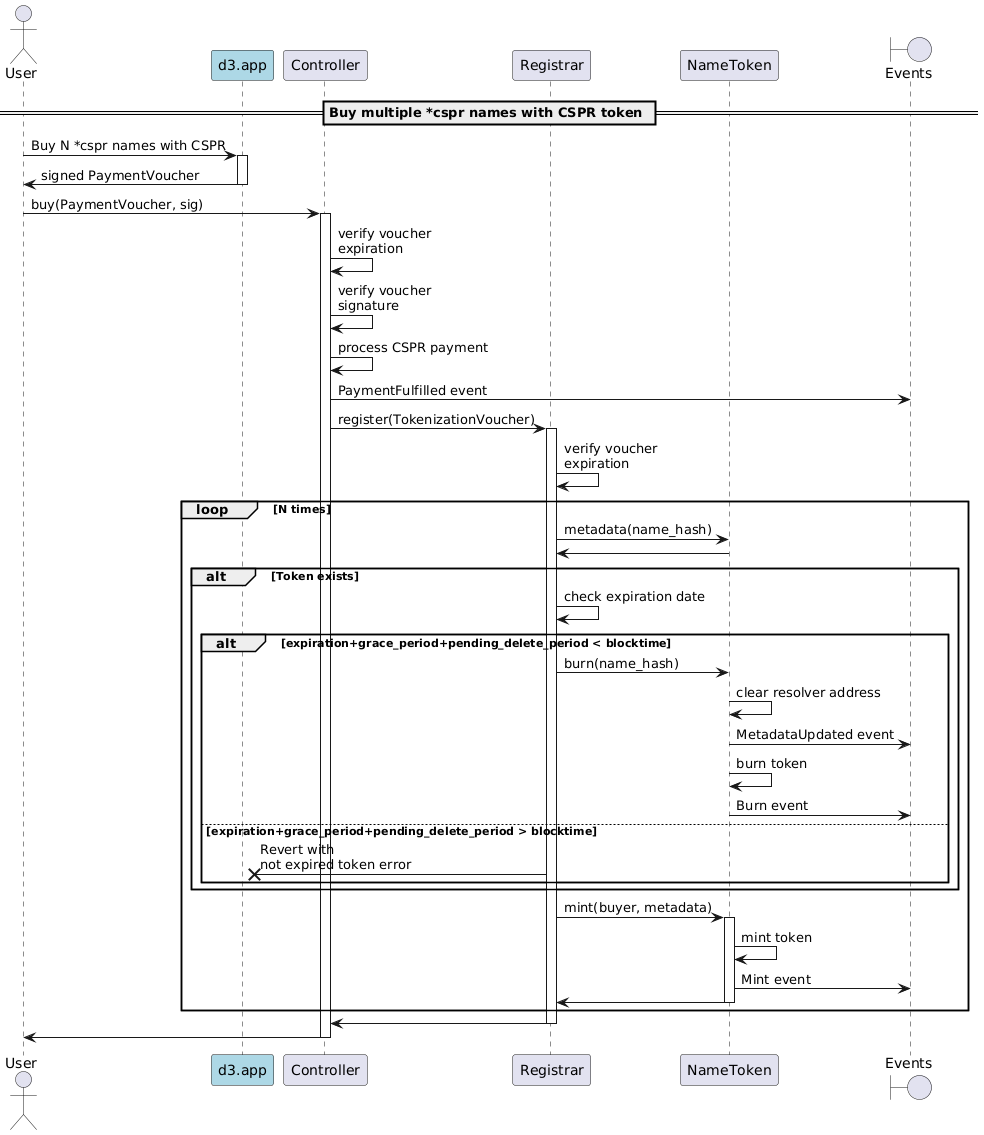
make-software/cspr-name-contracts keeps this PlantUML diagram as docs/sequence-diagrams/puml/onchain-multiple-purchase.png. Above is the earlier version. The source it was exported from:
```plantuml
@startuml

actor User
participant "d3.app" as d3 #lightblue
participant "Controller"
participant "Registrar"
participant "NameToken"
boundary "Events"

== Buy multiple *cspr names with CSPR token ==

User -> d3: Buy N *cspr names with CSPR
activate d3
d3 -> User: signed PaymentVoucher
deactivate d3

User -> Controller: buy(PaymentVoucher, sig)
activate Controller
Controller -> Controller: verify voucher\nexpiration
Controller -> Controller: verify voucher\nsignature
Controller -> Controller: process CSPR payment
Controller -> "Events": PaymentFulfilled event
Controller -> Registrar: register(TokenizationVoucher)
activate Registrar
Registrar -> Registrar: verify voucher\nexpiration
    loop N times
        Registrar -> NameToken: metadata(name_hash)
        NameToken -> Registrar
        alt Token exists
            Registrar -> Registrar: check expiration date
            alt expiration+grace_period+pending_delete_period < blocktime
                Registrar -> NameToken: burn(name_hash)
                NameToken -> NameToken: clear resolver address
                NameToken -> "Events": MetadataUpdated event
                NameToken -> NameToken: burn token
                NameToken -> "Events": Burn event
            else expiration+grace_period+pending_delete_period > blocktime
                Registrar ->x d3: Revert with\nnot expired token error
            end
        end
        Registrar -> NameToken: mint(buyer, metadata)
        activate NameToken
        NameToken -> NameToken: mint token
        NameToken -> "Events": Mint event
        NameToken -> Registrar
        deactivate NameToken
    end loop
Registrar -> Controller
deactivate Registrar
Controller -> User
deactivate Controller

@enduml
```
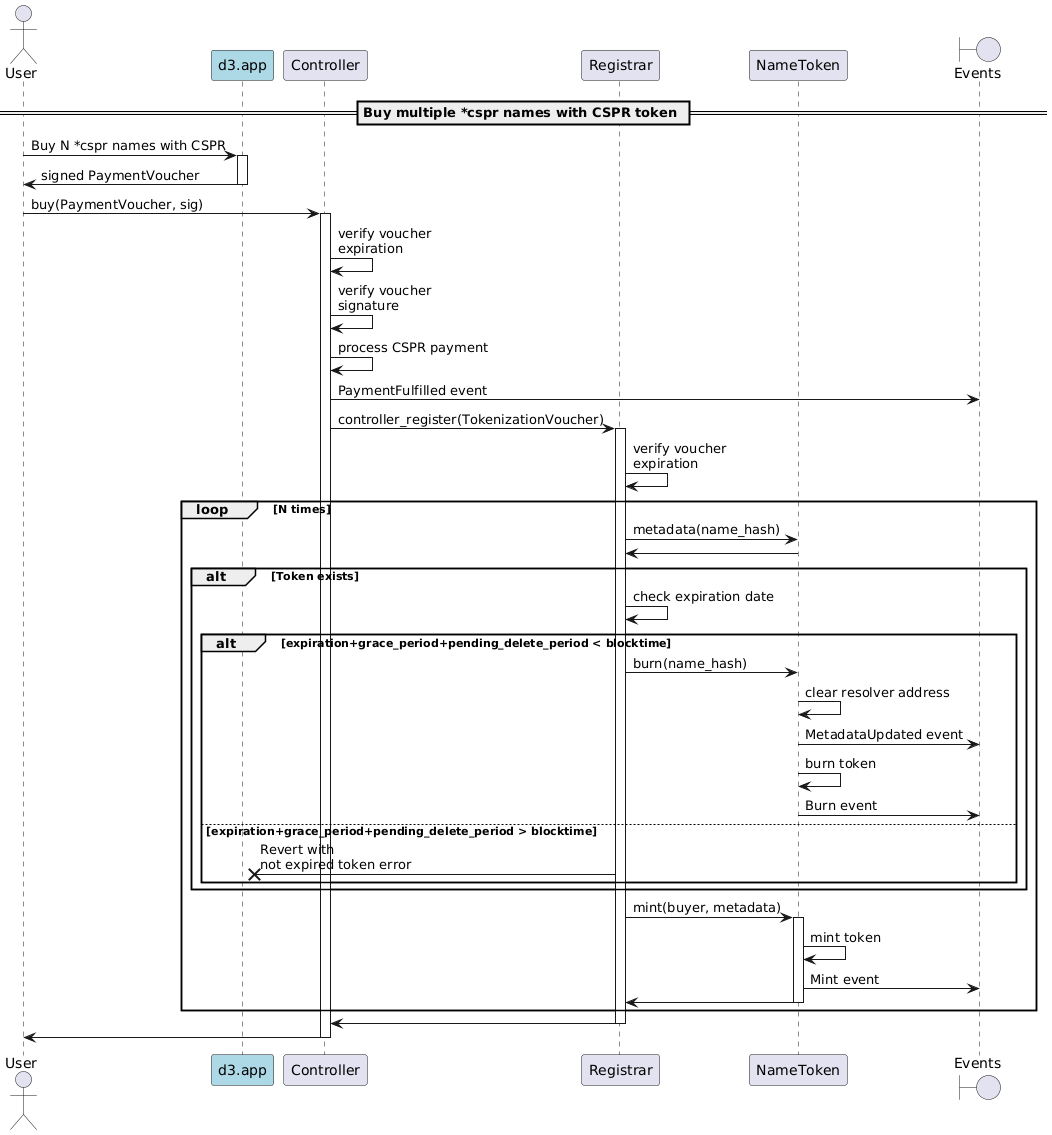
Above is the later version.

Diff of the diagram source:
```diff
@@ -20,7 +20,7 @@
 Controller -> Controller: verify voucher\nsignature
 Controller -> Controller: process CSPR payment
 Controller -> "Events": PaymentFulfilled event
-Controller -> Registrar: register(TokenizationVoucher)
+Controller -> Registrar: controller_register(TokenizationVoucher)
 activate Registrar
 Registrar -> Registrar: verify voucher\nexpiration
     loop N times
```
